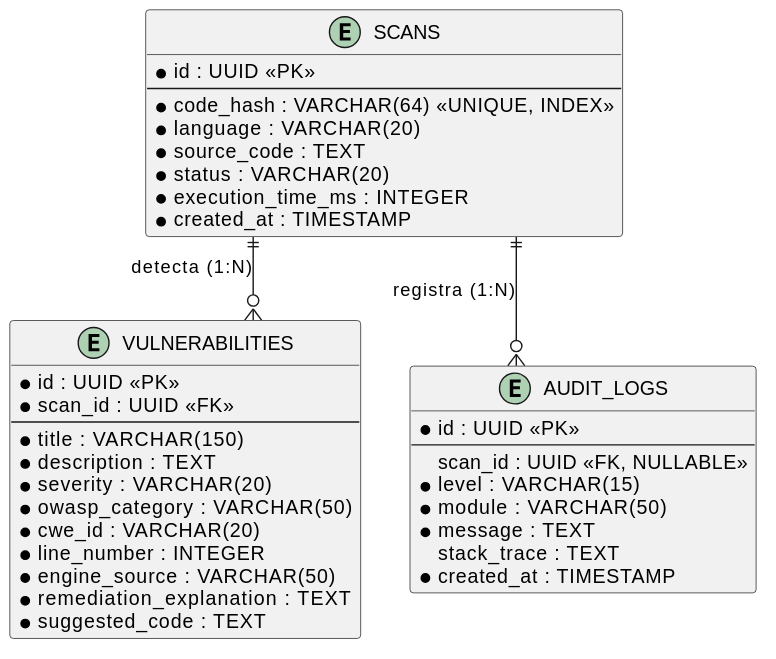
The PlantUML diagram Documentos/Diagramas/modelo_datos/modelo_datos.svg in EVerjanoPerez/tfg-devsecops-analyzer, before a commit.
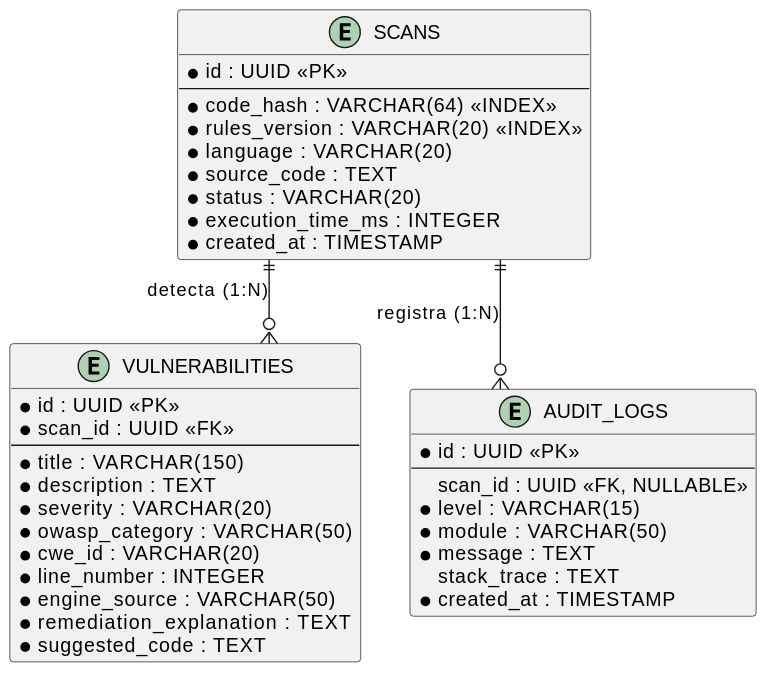
The same file after the commit.

The edit, as a diff of the source:
```diff
@@ -5,7 +5,8 @@
 entity "SCANS" as scans {
   * id : UUID <<PK>>
   --
-  * code_hash : VARCHAR(64) <<UNIQUE, INDEX>>
+  * code_hash : VARCHAR(64) <<INDEX>>
+  * rules_version : VARCHAR(20) <<INDEX>>
   * language : VARCHAR(20)
   * source_code : TEXT
   * status : VARCHAR(20)
```
